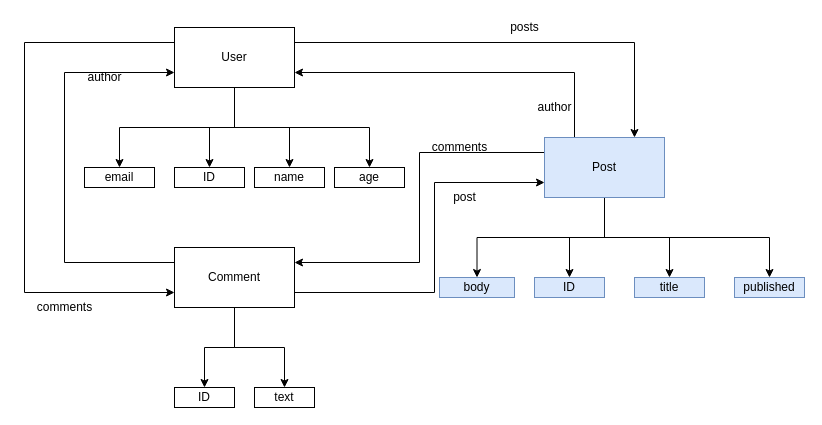
Above: page "Page-3" (3 of 3) of diagrams.drawio in synergy2411/graphql-jul (draw.io), before the change. Source tidied: cells renumbered, new cells numbered last; positions are measured from the earlier drawing's top-left corner, leaving out a move shared by most shapes. Both pictures are drawn from the tidied source at 100%, with x=0, y=0 at pixel (24, 17).
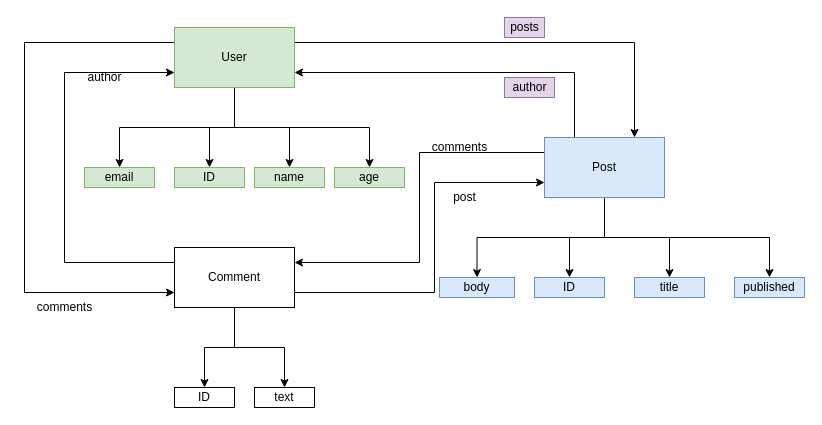
After the change.

Commit message (it also covers changes not shown here):
day 01 code

Change to the diagram source:
```diff
@@
-    <mxCell id="8" value="User" style="rounded=0;whiteSpace=wrap;html=1;" parent="1" vertex="1">
+    <mxCell id="8" value="User" style="rounded=0;whiteSpace=wrap;html=1;fillColor=#d5e8d4;strokeColor=#82b366;" parent="1" vertex="1">
       <mxGeometry x="150" y="10" width="120" height="60" as="geometry" />
     </mxCell>
@@
-    <mxCell id="21" value="ID" style="rounded=0;whiteSpace=wrap;html=1;" parent="1" vertex="1">
+    <mxCell id="21" value="ID" style="rounded=0;whiteSpace=wrap;html=1;fillColor=#d5e8d4;strokeColor=#82b366;" parent="1" vertex="1">
       <mxGeometry x="150" y="150" width="70" height="20" as="geometry" />
     </mxCell>
-    <mxCell id="22" value="name" style="rounded=0;whiteSpace=wrap;html=1;" parent="1" vertex="1">
+    <mxCell id="22" value="name" style="rounded=0;whiteSpace=wrap;html=1;fillColor=#d5e8d4;strokeColor=#82b366;" parent="1" vertex="1">
       <mxGeometry x="230" y="150" width="70" height="20" as="geometry" />
     </mxCell>
-    <mxCell id="23" value="age" style="rounded=0;whiteSpace=wrap;html=1;" parent="1" vertex="1">
+    <mxCell id="23" value="age" style="rounded=0;whiteSpace=wrap;html=1;fillColor=#d5e8d4;strokeColor=#82b366;" parent="1" vertex="1">
       <mxGeometry x="310" y="150" width="70" height="20" as="geometry" />
     </mxCell>
-    <mxCell id="24" value="email" style="rounded=0;whiteSpace=wrap;html=1;" parent="1" vertex="1">
+    <mxCell id="24" value="email" style="rounded=0;whiteSpace=wrap;html=1;fillColor=#d5e8d4;strokeColor=#82b366;" parent="1" vertex="1">
       <mxGeometry x="60" y="150" width="70" height="20" as="geometry" />
     </mxCell>
@@
-    <mxCell id="31" value="posts" style="text;html=1;align=center;verticalAlign=middle;strokeColor=none;" parent="1" vertex="1">
+    <mxCell id="31" value="posts" style="text;html=1;align=center;verticalAlign=middle;strokeColor=#9673a6;fillColor=#e1d5e7;" parent="1" vertex="1">
       <mxGeometry x="480" width="40" height="20" as="geometry" />
     </mxCell>
-    <mxCell id="32" value="author" style="text;html=1;align=center;verticalAlign=middle;strokeColor=none;" parent="1" vertex="1">
-      <mxGeometry x="505" y="80" width="50" height="20" as="geometry" />
+    <mxCell id="32" value="author" style="text;html=1;align=center;verticalAlign=middle;strokeColor=#9673a6;fillColor=#e1d5e7;" parent="1" vertex="1">
+      <mxGeometry x="480" y="60" width="50" height="20" as="geometry" />
     </mxCell>
```
